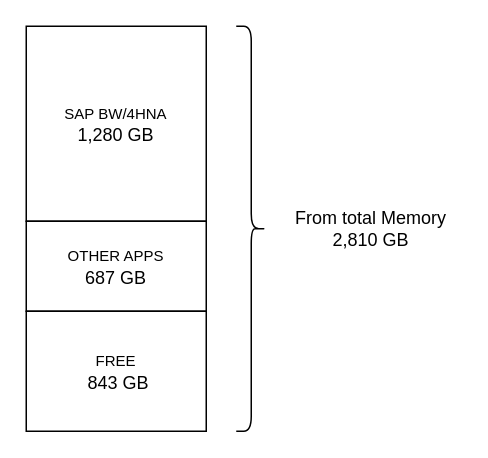
Before: Untitled Diagram.drawio in Deza1993/testing, a draw.io diagram. Source tidied: cells renumbered, new cells numbered last; positions are measured from the earlier drawing's top-left corner, leaving out a move shared by most shapes. Both pictures are drawn from the tidied source at 150%, with x=0, y=0 at pixel (26, 26).
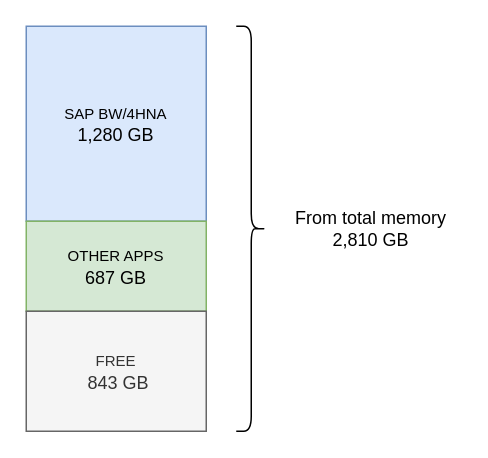
After the change.

Change to the diagram source:
```diff
@@
 <mxGraphModel>
   <root>
     <mxCell id="0" />
     <mxCell id="1" parent="0" />
     <mxCell id="2" style="group;" parent="1" vertex="1">
       <mxGeometry width="290" height="270" as="geometry" />
     </mxCell>
     <mxCell id="3" style="group;" parent="2" vertex="1">
       <mxGeometry width="120" height="270" as="geometry" />
     </mxCell>
-    <mxCell id="4" value="&lt;font style=&quot;font-size: 10px;&quot;&gt;SAP BW/4HNA&lt;/font&gt;&lt;br&gt;&lt;div&gt;1,280 GB&lt;/div&gt;" style="rounded=0;whiteSpace=wrap;html=1;" parent="3" vertex="1">
+    <mxCell id="4" value="&lt;font style=&quot;font-size: 10px;&quot;&gt;SAP BW/4HNA&lt;/font&gt;&lt;br&gt;&lt;div&gt;1,280 GB&lt;/div&gt;" style="rounded=0;whiteSpace=wrap;html=1;fillColor=#dae8fc;strokeColor=#6c8ebf;" parent="3" vertex="1">
       <mxGeometry width="120" height="130" as="geometry" />
     </mxCell>
-    <mxCell id="5" value="&lt;font style=&quot;font-size: 10px;&quot;&gt;OTHER APPS&lt;/font&gt;&lt;br&gt;&lt;div&gt;687 GB&lt;/div&gt;" style="rounded=0;whiteSpace=wrap;html=1;" parent="3" vertex="1">
+    <mxCell id="5" value="&lt;font style=&quot;font-size: 10px;&quot;&gt;OTHER APPS&lt;/font&gt;&lt;br&gt;&lt;div&gt;687 GB&lt;/div&gt;" style="rounded=0;whiteSpace=wrap;html=1;fillColor=#d5e8d4;strokeColor=#82b366;" parent="3" vertex="1">
       <mxGeometry y="130" width="120" height="60" as="geometry" />
     </mxCell>
-    <mxCell id="6" value="&lt;font style=&quot;font-size: 10px;&quot;&gt;FREE&lt;/font&gt;&lt;div&gt;&amp;nbsp;&lt;font&gt;843 GB&lt;/font&gt;&lt;/div&gt;" style="rounded=0;whiteSpace=wrap;html=1;" parent="3" vertex="1">
+    <mxCell id="6" value="&lt;font style=&quot;font-size: 10px;&quot;&gt;FREE&lt;/font&gt;&lt;div&gt;&amp;nbsp;&lt;font&gt;843 GB&lt;/font&gt;&lt;/div&gt;" style="rounded=0;whiteSpace=wrap;html=1;fillColor=#f5f5f5;fontColor=#333333;strokeColor=#666666;" parent="3" vertex="1">
       <mxGeometry y="190" width="120" height="80" as="geometry" />
     </mxCell>
     <mxCell id="7" style="shape=curlyBracket;whiteSpace=wrap;html=1;rounded=1;flipH=1;labelPosition=right;verticalLabelPosition=middle;align=left;verticalAlign=middle;" parent="2" vertex="1">
       <mxGeometry x="140" width="20" height="270" as="geometry" />
     </mxCell>
-    <mxCell id="8" value="From total Memory &lt;span style=&quot;background-color: transparent; color: light-dark(rgb(0, 0, 0), rgb(255, 255, 255));&quot;&gt;2,810 GB&lt;/span&gt;" style="text;html=1;align=center;verticalAlign=middle;whiteSpace=wrap;rounded=0;" parent="2" vertex="1">
+    <mxCell id="8" value="From total memory &lt;span style=&quot;background-color: transparent; color: light-dark(rgb(0, 0, 0), rgb(255, 255, 255));&quot;&gt;2,810 GB&lt;/span&gt;" style="text;html=1;align=center;verticalAlign=middle;whiteSpace=wrap;rounded=0;" parent="2" vertex="1">
       <mxGeometry x="170" y="100" width="120" height="70" as="geometry" />
     </mxCell>
   </root>
 </mxGraphModel>
```
